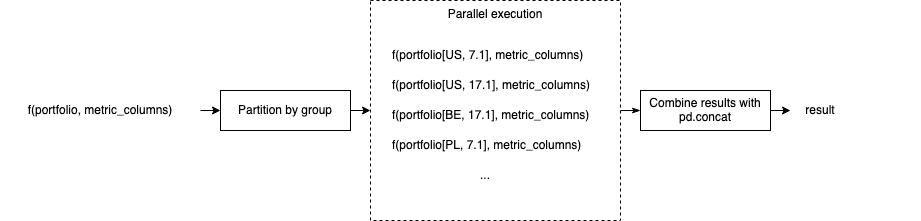
Above: docs/source/tutorials/images/parallel_function.png in Citi/parfun (draw.io), before the change. Source tidied: cells renumbered, new cells last; positions are measured from the earlier drawing's top-left corner, leaving out a move shared by most shapes.
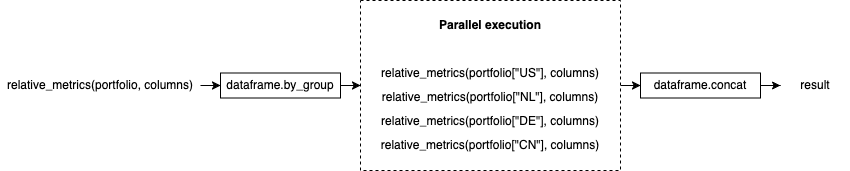
After the commit.

Commit message:
Do not run the function in parallel is the number of partitions is 1 (#42)

What changed in the source:
```diff
@@ -2,53 +2,32 @@
   <root>
     <mxCell id="0" />
     <mxCell id="1" parent="0" />
-    <mxCell id="2" style="edgeStyle=orthogonalEdgeStyle;rounded=0;jettySize=auto;html=1;exitX=1;exitY=0.5;exitDx=0;exitDy=0;" parent="1" edge="1" source="3">
-      <mxGeometry relative="1" as="geometry">
-        <mxPoint x="370" y="110" as="targetPoint" />
-      </mxGeometry>
-    </mxCell>
-    <mxCell id="3" value="Partition by group" style="rounded=0;whiteSpace=wrap;html=1;" parent="1" vertex="1">
-      <mxGeometry x="220" y="90" width="130" height="40" as="geometry" />
-    </mxCell>
-    <mxCell id="4" style="edgeStyle=orthogonalEdgeStyle;rounded=0;jettySize=auto;html=1;exitX=1;exitY=0.5;exitDx=0;exitDy=0;entryX=0;entryY=0.5;entryDx=0;entryDy=0;startArrow=none;startFill=0;endArrow=classic;endFill=1;" parent="1" edge="1" source="5" target="3">
-      <mxGeometry relative="1" as="geometry" />
-    </mxCell>
-    <mxCell id="5" value="f(portfolio, metric_columns)" style="text;html=1;strokeColor=none;fillColor=none;align=center;verticalAlign=middle;whiteSpace=wrap;rounded=0;" parent="1" vertex="1">
-      <mxGeometry y="95" width="200" height="30" as="geometry" />
-    </mxCell>
-    <mxCell id="6" value="f(portfolio[US, 7.1], metric_columns)" style="text;html=1;strokeColor=none;fillColor=none;align=left;verticalAlign=middle;whiteSpace=wrap;rounded=0;" parent="1" vertex="1">
-      <mxGeometry x="390" y="40" width="220" height="30" as="geometry" />
-    </mxCell>
-    <mxCell id="7" value="f(portfolio[US, 17.1], metric_columns)" style="text;html=1;strokeColor=none;fillColor=none;align=left;verticalAlign=middle;whiteSpace=wrap;rounded=0;" parent="1" vertex="1">
-      <mxGeometry x="390" y="70" width="220" height="30" as="geometry" />
-    </mxCell>
-    <mxCell id="8" value="f(portfolio[BE, 17.1], metric_columns)" style="text;html=1;strokeColor=none;fillColor=none;align=left;verticalAlign=middle;whiteSpace=wrap;rounded=0;" parent="1" vertex="1">
-      <mxGeometry x="390" y="100" width="220" height="30" as="geometry" />
-    </mxCell>
-    <mxCell id="9" value="f(portfolio[PL, 7.1], metric_columns)" style="text;html=1;strokeColor=none;fillColor=none;align=left;verticalAlign=middle;whiteSpace=wrap;rounded=0;" parent="1" vertex="1">
-      <mxGeometry x="390" y="130" width="220" height="30" as="geometry" />
-    </mxCell>
-    <mxCell id="10" value="..." style="text;html=1;strokeColor=none;fillColor=none;align=center;verticalAlign=middle;whiteSpace=wrap;rounded=0;" parent="1" vertex="1">
-      <mxGeometry x="455" y="160" width="60" height="30" as="geometry" />
-    </mxCell>
-    <mxCell id="11" style="edgeStyle=orthogonalEdgeStyle;rounded=0;jettySize=auto;html=1;exitX=0;exitY=0.5;exitDx=0;exitDy=0;startArrow=classicThin;startFill=1;endArrow=none;endFill=0;" parent="1" edge="1" source="13">
-      <mxGeometry relative="1" as="geometry">
-        <mxPoint x="620" y="110.4" as="targetPoint" />
-      </mxGeometry>
-    </mxCell>
-    <mxCell id="12" style="edgeStyle=orthogonalEdgeStyle;rounded=0;jettySize=auto;html=1;exitX=1;exitY=0.5;exitDx=0;exitDy=0;startArrow=none;startFill=0;endArrow=classic;endFill=1;" parent="1" edge="1" source="13">
-      <mxGeometry relative="1" as="geometry">
-        <mxPoint x="790" y="110" as="targetPoint" />
-      </mxGeometry>
-    </mxCell>
-    <mxCell id="13" value="Combine results with pd.concat" style="rounded=0;whiteSpace=wrap;html=1;" parent="1" vertex="1">
-      <mxGeometry x="640" y="90" width="130" height="40" as="geometry" />
-    </mxCell>
+    <mxCell id="16" style="edgeStyle=orthogonalEdgeStyle;rounded=0;jettySize=auto;html=1;exitX=1;exitY=0.5;exitDx=0;exitDy=0;entryX=0;entryY=0.5;entryDx=0;entryDy=0;" parent="1" edge="1" source="17" target="19">
+      <mxGeometry relative="1" as="geometry" />
+    </mxCell>
+    <mxCell id="17" value="relative_metrics(portfolio, columns)" style="text;html=1;strokeColor=none;fillColor=none;align=center;verticalAlign=middle;whiteSpace=wrap;rounded=0;" parent="1" vertex="1">
+      <mxGeometry x="-60" y="95" width="200" height="30" as="geometry" />
+    </mxCell>
+    <mxCell id="18" style="edgeStyle=orthogonalEdgeStyle;rounded=0;jettySize=auto;html=1;exitX=1;exitY=0.5;exitDx=0;exitDy=0;entryX=0;entryY=0.5;entryDx=0;entryDy=0;" parent="1" edge="1" source="19" target="21">
+      <mxGeometry relative="1" as="geometry" />
+    </mxCell>
+    <mxCell id="19" value="dataframe.by_group" style="rounded=0;whiteSpace=wrap;html=1;" parent="1" vertex="1">
+      <mxGeometry x="160" y="97.5" width="120" height="25" as="geometry" />
+    </mxCell>
+    <mxCell id="20" style="edgeStyle=orthogonalEdgeStyle;rounded=0;jettySize=auto;html=1;exitX=1;exitY=0.5;exitDx=0;exitDy=0;entryX=0;entryY=0.5;entryDx=0;entryDy=0;" parent="1" edge="1" source="21" target="23">
+      <mxGeometry relative="1" as="geometry" />
+    </mxCell>
+    <mxCell id="21" value="&lt;p style=&quot;line-height: 200%;&quot;&gt;&lt;b&gt;Parallel execution&lt;br&gt;&lt;/b&gt;&lt;br&gt;relative_metrics(portfolio[&quot;US&quot;], columns)&lt;br&gt;relative_metrics(portfolio[&quot;NL&quot;], columns)&lt;br&gt;relative_metrics(portfolio[&quot;DE&quot;], columns)&lt;br&gt;relative_metrics(portfolio[&quot;CN&quot;], columns)&lt;br&gt;&lt;/p&gt;" style="rounded=0;whiteSpace=wrap;html=1;dashed=1;" parent="1" vertex="1">
+      <mxGeometry x="300" y="25" width="260" height="170" as="geometry" />
+    </mxCell>
+    <mxCell id="22" style="edgeStyle=orthogonalEdgeStyle;rounded=0;jettySize=auto;html=1;exitX=1;exitY=0.5;exitDx=0;exitDy=0;" parent="1" edge="1" source="23" target="14">
+      <mxGeometry relative="1" as="geometry" />
+    </mxCell>
+    <mxCell id="23" value="dataframe.concat" style="rounded=0;whiteSpace=wrap;html=1;" parent="1" vertex="1">
+      <mxGeometry x="580" y="97.5" width="120" height="25" as="geometry" />
+    </mxCell>
     <mxCell id="14" value="result" style="text;html=1;strokeColor=none;fillColor=none;align=center;verticalAlign=middle;whiteSpace=wrap;rounded=0;" parent="1" vertex="1">
-      <mxGeometry x="720" y="95" width="200" height="30" as="geometry" />
+      <mxGeometry x="720" y="95" width="70" height="30" as="geometry" />
     </mxCell>
-    <mxCell id="15" value="Parallel execution" style="rounded=0;whiteSpace=wrap;html=1;fillColor=none;dashed=1;verticalAlign=top;" parent="1" vertex="1">
-      <mxGeometry x="370" width="250" height="220" as="geometry" />
-    </mxCell>
   </root>
 </mxGraphModel>
```
